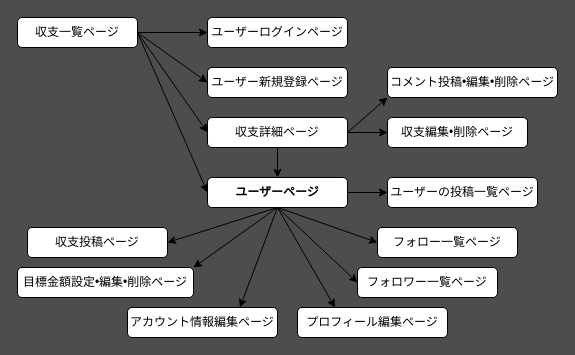
The draw.io diagram transition.dio in Jun-130/piling-up, before the edit. Source tidied: cells renumbered, new cells numbered last; positions are measured from the earlier drawing's top-left corner, leaving out a move shared by most shapes. Both pictures are drawn from the tidied source at 100%, with x=0, y=0 at pixel (17, 17).
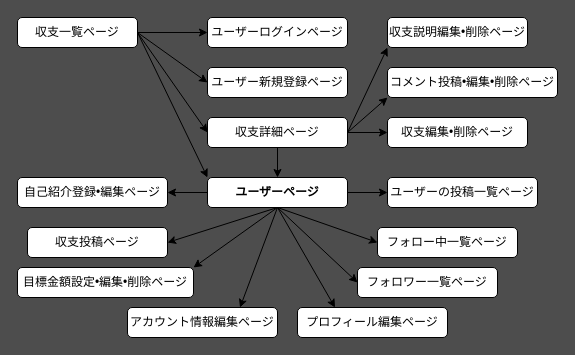
The same diagram, later.

The change refers to these unchanged cells:
```xml
<mxCell id="2" value="収支一覧ページ" style="rounded=1;whiteSpace=wrap;html=1;" parent="1" vertex="1">
  <mxGeometry width="120" height="30" as="geometry" />
</mxCell>
<mxCell id="7" value="ユーザーページ" style="rounded=1;whiteSpace=wrap;html=1;fontStyle=1;" parent="1" vertex="1">
  <mxGeometry x="190" y="160" width="140" height="30" as="geometry" />
</mxCell>
<mxCell id="8" value="収支詳細ページ" style="rounded=1;whiteSpace=wrap;html=1;" parent="1" vertex="1">
  <mxGeometry x="190" y="100" width="140" height="30" as="geometry" />
</mxCell>
```

Diff of the diagram source:
```diff
@@
-    <mxCell id="17" style="endArrow=classic;html=1;entryX=0;entryY=0.5;entryDx=0;entryDy=0;exitX=1;exitY=0.5;exitDx=0;exitDy=0;" parent="1" edge="1" source="2" target="7">
+    <mxCell id="17" style="endArrow=classic;html=1;entryX=0;entryY=0;entryDx=0;entryDy=0;exitX=1;exitY=0.5;exitDx=0;exitDy=0;" parent="1" edge="1" source="2" target="7">
       <mxGeometry relative="1" as="geometry" />
     </mxCell>
@@
-    <mxCell id="20" value="フォロー一覧ページ" style="rounded=1;whiteSpace=wrap;html=1;" parent="1" vertex="1">
+    <mxCell id="20" value="フォロー中一覧ページ" style="rounded=1;whiteSpace=wrap;html=1;" parent="1" vertex="1">
       <mxGeometry x="360" y="210" width="140" height="30" as="geometry" />
     </mxCell>
@@
+    <mxCell id="31" value="収支説明編集•削除ページ" style="rounded=1;whiteSpace=wrap;html=1;" parent="1" vertex="1">
+      <mxGeometry x="370" width="140" height="30" as="geometry" />
+    </mxCell>
+    <mxCell id="32" style="endArrow=classic;html=1;exitX=1;exitY=0.5;exitDx=0;exitDy=0;entryX=0;entryY=1;entryDx=0;entryDy=0;" parent="1" edge="1" source="8" target="31">
+      <mxGeometry relative="1" as="geometry" />
+    </mxCell>
+    <mxCell id="33" value="自己紹介登録•編集ページ" style="rounded=1;whiteSpace=wrap;html=1;" parent="1" vertex="1">
+      <mxGeometry y="160" width="150" height="30" as="geometry" />
+    </mxCell>
+    <mxCell id="34" style="endArrow=classic;html=1;exitX=0;exitY=0.5;exitDx=0;exitDy=0;entryX=1;entryY=0.5;entryDx=0;entryDy=0;" parent="1" edge="1" source="7" target="33">
+      <mxGeometry relative="1" as="geometry" />
+    </mxCell>
```
